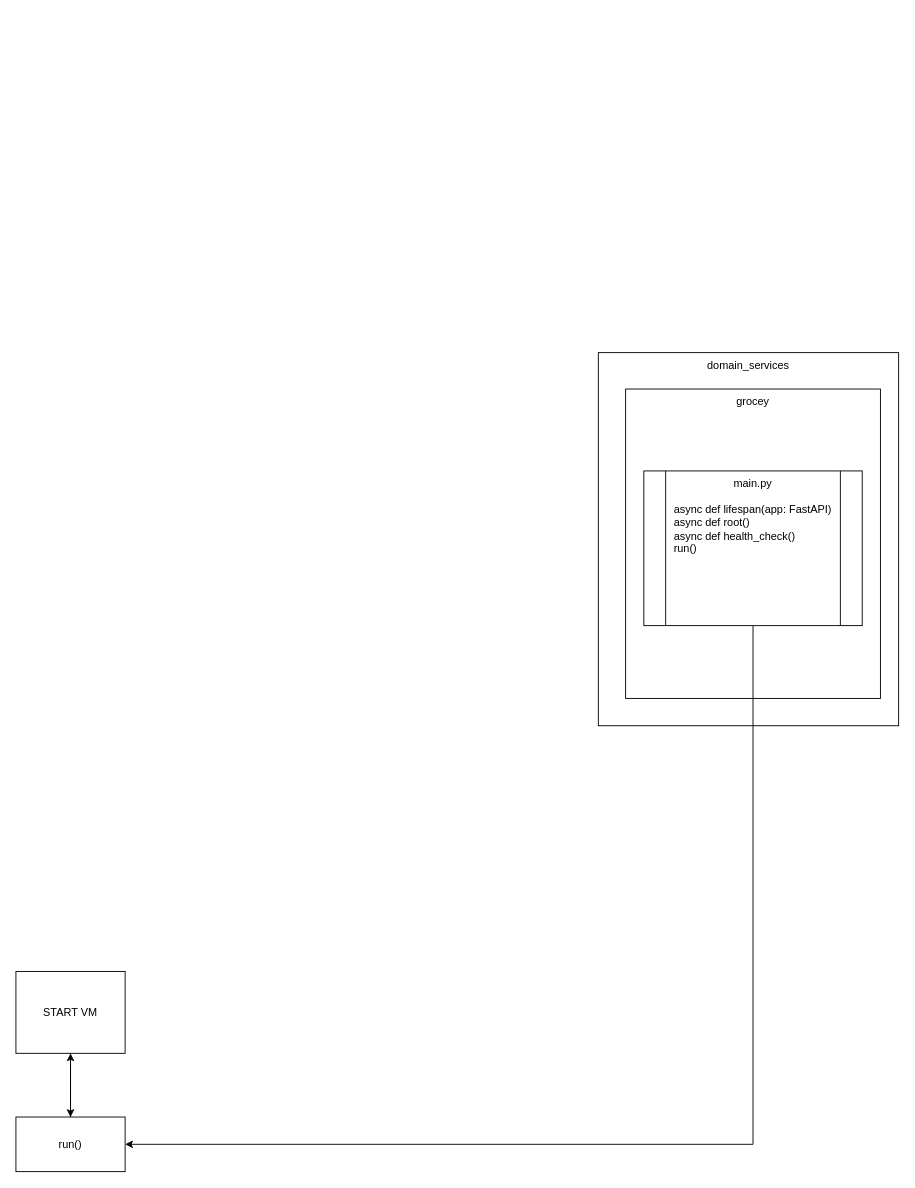
This is System_Diagrams/SystemFlowChart.drawio from szarkamarci/modularai, a draw.io file, before an edit. Source tidied: cells renumbered, new cells numbered last; positions are measured from the earlier drawing's top-left corner, leaving out a move shared by most shapes. Both pictures are drawn from the tidied source at 91%, with x=0, y=0 at pixel (15, 352).
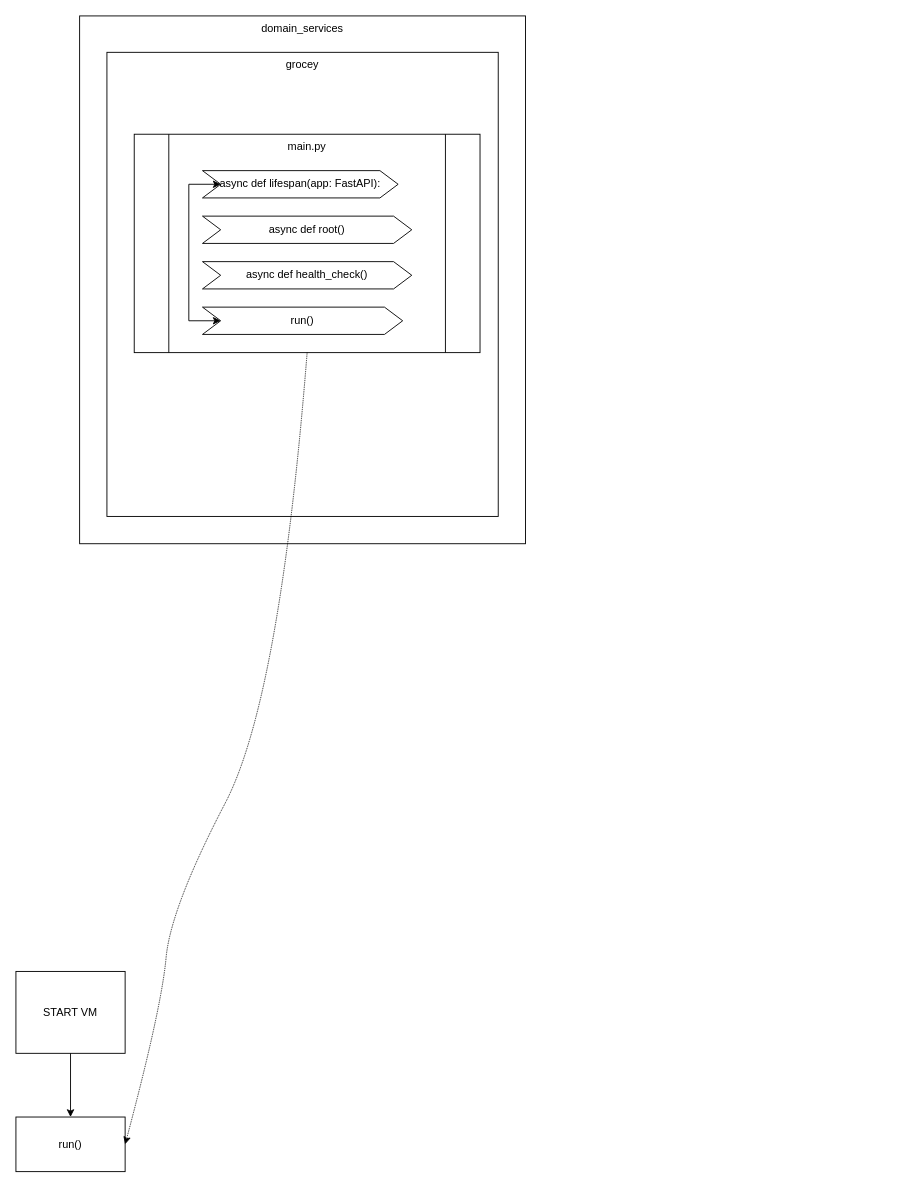
The same page after the edit.

What changed in the source:
```diff
@@
 <mxGraphModel>
   <root>
     <mxCell id="0" />
     <mxCell id="1" parent="0" />
     <mxCell id="2" value="&lt;div&gt;START VM&lt;/div&gt;" style="rounded=0;whiteSpace=wrap;html=1;" parent="1" vertex="1">
       <mxGeometry y="680" width="120" height="90" as="geometry" />
     </mxCell>
-    <mxCell id="3" style="edgeStyle=orthogonalEdgeStyle;rounded=0;jettySize=auto;html=1;" parent="1" edge="1" source="4" target="2">
-      <mxGeometry relative="1" as="geometry" />
-    </mxCell>
     <mxCell id="4" value="run()" style="rounded=0;whiteSpace=wrap;html=1;" parent="1" vertex="1">
       <mxGeometry y="840" width="120" height="60" as="geometry" />
     </mxCell>
-    <mxCell id="5" style="endArrow=classic;html=1;rounded=0;exitX=0.5;exitY=1;exitDx=0;exitDy=0;entryX=0.5;entryY=0;entryDx=0;entryDy=0;" parent="1" edge="1" source="2" target="4">
-      <mxGeometry relative="1" as="geometry" />
-    </mxCell>
     <mxCell id="6" value="domain_services" style="rounded=0;whiteSpace=wrap;html=1;verticalAlign=top;" parent="1" vertex="1">
-      <mxGeometry x="640" width="330" height="410" as="geometry" />
+      <mxGeometry x="70" y="-370" width="490" height="580" as="geometry" />
     </mxCell>
     <mxCell id="7" value="grocey" style="rounded=0;whiteSpace=wrap;html=1;verticalAlign=top;" parent="1" vertex="1">
-      <mxGeometry x="670" y="40" width="280" height="340" as="geometry" />
+      <mxGeometry x="100" y="-330" width="430" height="510" as="geometry" />
     </mxCell>
+    <mxCell id="9" value="main.py" style="shape=process;whiteSpace=wrap;html=1;backgroundOutline=1;verticalAlign=top;" parent="1" vertex="1">
+      <mxGeometry x="130" y="-240" width="380" height="240" as="geometry" />
+    </mxCell>
-    <mxCell id="8" style="edgeStyle=orthogonalEdgeStyle;rounded=0;jettySize=auto;html=1;exitX=0.5;exitY=1;exitDx=0;exitDy=0;entryX=1;entryY=0.5;entryDx=0;entryDy=0;" parent="1" edge="1" source="9" target="4">
-      <mxGeometry relative="1" as="geometry" />
+    <mxCell id="8" style="curved=1;endArrow=classic;html=1;rounded=0;exitX=0.5;exitY=1;exitDx=0;exitDy=0;entryX=1;entryY=0.5;entryDx=0;entryDy=0;dashed=1;dashPattern=1 1;" parent="1" edge="1" source="9" target="4">
+      <mxGeometry relative="1" as="geometry">
+        <Array as="points">
+          <mxPoint x="290" y="380" />
+          <mxPoint x="170" y="610" />
+          <mxPoint x="160" y="720" />
+        </Array>
+      </mxGeometry>
     </mxCell>
-    <mxCell id="9" value="&lt;div&gt;main.py&lt;/div&gt;&lt;br&gt;&lt;div align=&quot;left&quot;&gt;async def lifespan(app: FastAPI)&lt;/div&gt;&lt;div align=&quot;left&quot;&gt;async def root()&lt;/div&gt;&lt;div align=&quot;left&quot;&gt;async def health_check()&lt;/div&gt;&lt;div&gt;&lt;div align=&quot;left&quot;&gt;run()&lt;/div&gt;&lt;br&gt;&lt;/div&gt;" style="shape=process;whiteSpace=wrap;html=1;backgroundOutline=1;verticalAlign=top;" parent="1" vertex="1">
-      <mxGeometry x="690" y="130" width="240" height="170" as="geometry" />
-    </mxCell>
+    <mxCell id="5" style="endArrow=classic;html=1;rounded=0;exitX=0.5;exitY=1;exitDx=0;exitDy=0;entryX=0.5;entryY=0;entryDx=0;entryDy=0;" parent="1" edge="1" source="2" target="4">
+      <mxGeometry relative="1" as="geometry" />
+    </mxCell>
+    <mxCell id="10" value="async def lifespan(app: FastAPI):" style="shape=step;perimeter=stepPerimeter;whiteSpace=wrap;html=1;fixedSize=1;" parent="1" vertex="1">
+      <mxGeometry x="205" y="-200" width="215" height="30" as="geometry" />
+    </mxCell>
+    <mxCell id="11" value="&lt;div align=&quot;left&quot;&gt;async def health_check()&lt;/div&gt;" style="shape=step;perimeter=stepPerimeter;whiteSpace=wrap;html=1;fixedSize=1;" parent="1" vertex="1">
+      <mxGeometry x="205" y="-100" width="230" height="30" as="geometry" />
+    </mxCell>
+    <mxCell id="12" value="&lt;div align=&quot;left&quot;&gt;async def root()&lt;/div&gt;" style="shape=step;perimeter=stepPerimeter;whiteSpace=wrap;html=1;fixedSize=1;" parent="1" vertex="1">
+      <mxGeometry x="205" y="-150" width="230" height="30" as="geometry" />
+    </mxCell>
+    <mxCell id="13" style="edgeStyle=orthogonalEdgeStyle;rounded=0;jettySize=auto;html=1;exitX=0;exitY=0.5;exitDx=0;exitDy=0;entryX=0;entryY=0.5;entryDx=0;entryDy=0;startArrow=classic;startFill=1;flowAnimation=0;" parent="1" edge="1" source="14" target="10">
+      <mxGeometry relative="1" as="geometry">
+        <Array as="points">
+          <mxPoint x="190" y="-35" />
+          <mxPoint x="190" y="-185" />
+        </Array>
+      </mxGeometry>
+    </mxCell>
+    <mxCell id="14" value="run()" style="shape=step;perimeter=stepPerimeter;whiteSpace=wrap;html=1;fixedSize=1;" parent="1" vertex="1">
+      <mxGeometry x="205" y="-50" width="220" height="30" as="geometry" />
+    </mxCell>
   </root>
 </mxGraphModel>
```
